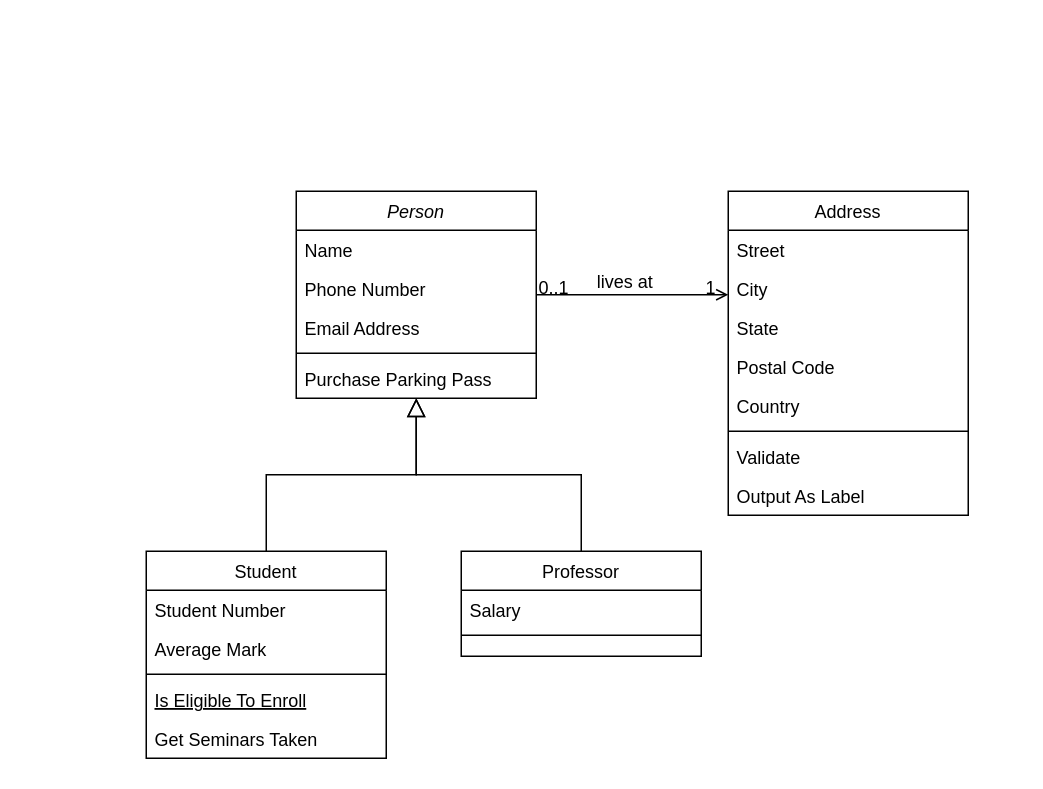
The draw.io diagram Untitled Diagram.drawio in Dabaghi-Anass/lclicka-game, before the edit. Source tidied: cells renumbered, new cells numbered last; positions are measured from the earlier drawing's top-left corner, leaving out a move shared by most shapes. Both pictures are drawn from the tidied source at 150%, with x=0, y=0 at pixel (146, 190).
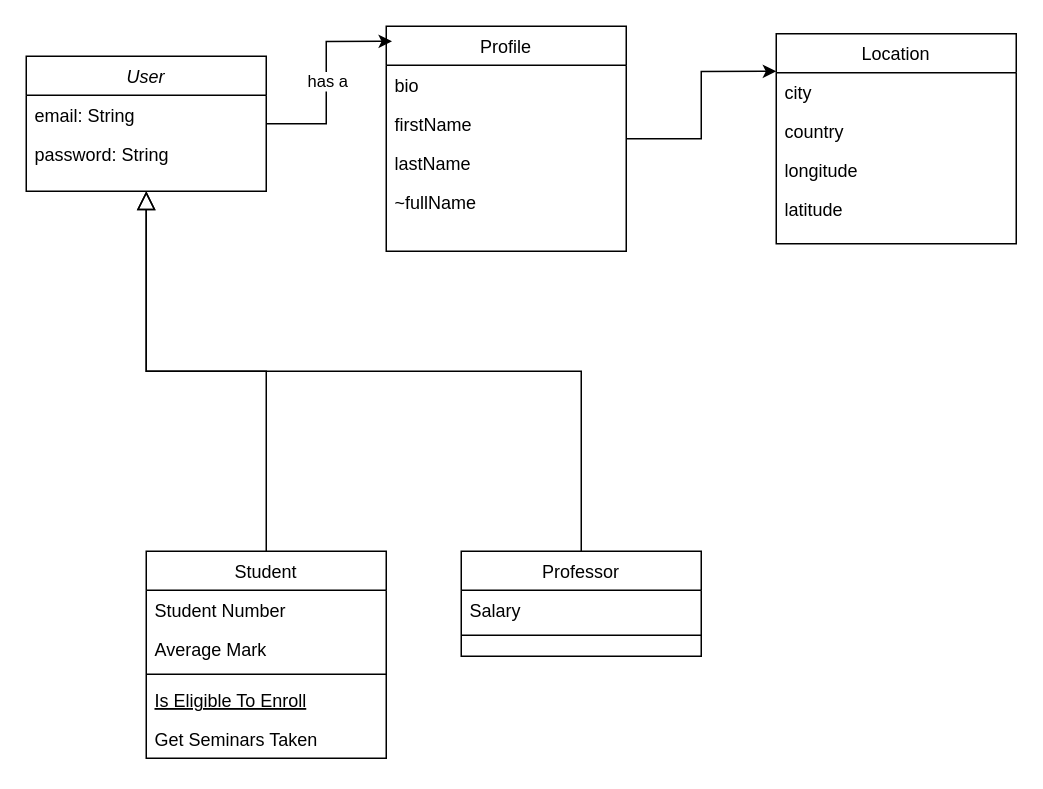
The same page after the edit.

Change to the diagram source:
```diff
@@
-    <mxCell id="2" value="Person" style="swimlane;fontStyle=2;align=center;verticalAlign=top;horizontal=1;startSize=26;rounded=0;shadow=0;strokeWidth=1;" parent="1" vertex="1">
-      <mxGeometry x="100" width="160" height="138" as="geometry" />
+    <mxCell id="2" value="User" style="swimlane;fontStyle=2;align=center;verticalAlign=top;horizontal=1;startSize=26;rounded=0;shadow=0;strokeWidth=1;" parent="1" vertex="1">
+      <mxGeometry x="-80" y="-90" width="160" height="90" as="geometry" />
     </mxCell>
-    <mxCell id="3" value="Name" style="text;align=left;verticalAlign=top;spacingLeft=4;spacingRight=4;overflow=hidden;" parent="2" vertex="1">
+    <mxCell id="3" value="email: String" style="text;align=left;verticalAlign=top;spacingLeft=4;spacingRight=4;overflow=hidden;" parent="2" vertex="1">
       <mxGeometry y="26" width="160" height="26" as="geometry" />
     </mxCell>
-    <mxCell id="4" value="Phone Number" style="text;align=left;verticalAlign=top;spacingLeft=4;spacingRight=4;overflow=hidden;rounded=0;shadow=0;html=0;" parent="2" vertex="1">
+    <mxCell id="4" value="password: String" style="text;align=left;verticalAlign=top;spacingLeft=4;spacingRight=4;overflow=hidden;rounded=0;shadow=0;html=0;" parent="2" vertex="1">
       <mxGeometry y="52" width="160" height="26" as="geometry" />
     </mxCell>
-    <mxCell id="5" value="Email Address" style="text;align=left;verticalAlign=top;spacingLeft=4;spacingRight=4;overflow=hidden;rounded=0;shadow=0;html=0;" parent="2" vertex="1">
-      <mxGeometry y="78" width="160" height="26" as="geometry" />
-    </mxCell>
-    <mxCell id="6" style="line;html=1;strokeWidth=1;align=left;verticalAlign=middle;spacingTop=-1;spacingLeft=3;spacingRight=3;labelPosition=right;" parent="2" vertex="1">
-      <mxGeometry y="104" width="160" height="8" as="geometry" />
-    </mxCell>
-    <mxCell id="7" value="Purchase Parking Pass" style="text;align=left;verticalAlign=top;spacingLeft=4;spacingRight=4;overflow=hidden;" parent="2" vertex="1">
-      <mxGeometry y="112" width="160" height="26" as="geometry" />
-    </mxCell>
@@
-    <mxCell id="19" value="Address" style="swimlane;fontStyle=0;align=center;verticalAlign=top;horizontal=1;startSize=26;rounded=0;shadow=0;strokeWidth=1;" parent="1" vertex="1">
-      <mxGeometry x="388" width="160" height="216" as="geometry" />
+    <mxCell id="19" value="Profile" style="swimlane;fontStyle=0;align=center;verticalAlign=top;horizontal=1;startSize=26;rounded=0;shadow=0;strokeWidth=1;" parent="1" vertex="1">
+      <mxGeometry x="160" y="-110" width="160" height="150" as="geometry" />
     </mxCell>
-    <mxCell id="20" value="Street" style="text;align=left;verticalAlign=top;spacingLeft=4;spacingRight=4;overflow=hidden;" parent="19" vertex="1">
+    <mxCell id="20" value="bio" style="text;align=left;verticalAlign=top;spacingLeft=4;spacingRight=4;overflow=hidden;" parent="19" vertex="1">
       <mxGeometry y="26" width="160" height="26" as="geometry" />
     </mxCell>
-    <mxCell id="21" value="City" style="text;align=left;verticalAlign=top;spacingLeft=4;spacingRight=4;overflow=hidden;rounded=0;shadow=0;html=0;" parent="19" vertex="1">
+    <mxCell id="21" value="firstName" style="text;align=left;verticalAlign=top;spacingLeft=4;spacingRight=4;overflow=hidden;rounded=0;shadow=0;html=0;" parent="19" vertex="1">
       <mxGeometry y="52" width="160" height="26" as="geometry" />
     </mxCell>
-    <mxCell id="22" value="State" style="text;align=left;verticalAlign=top;spacingLeft=4;spacingRight=4;overflow=hidden;rounded=0;shadow=0;html=0;" parent="19" vertex="1">
+    <mxCell id="22" value="lastName" style="text;align=left;verticalAlign=top;spacingLeft=4;spacingRight=4;overflow=hidden;rounded=0;shadow=0;html=0;" parent="19" vertex="1">
       <mxGeometry y="78" width="160" height="26" as="geometry" />
     </mxCell>
-    <mxCell id="23" value="Postal Code" style="text;align=left;verticalAlign=top;spacingLeft=4;spacingRight=4;overflow=hidden;rounded=0;shadow=0;html=0;" parent="19" vertex="1">
+    <mxCell id="23" value="~fullName" style="text;align=left;verticalAlign=top;spacingLeft=4;spacingRight=4;overflow=hidden;rounded=0;shadow=0;html=0;" parent="19" vertex="1">
       <mxGeometry y="104" width="160" height="26" as="geometry" />
     </mxCell>
-    <mxCell id="24" value="Country" style="text;align=left;verticalAlign=top;spacingLeft=4;spacingRight=4;overflow=hidden;rounded=0;shadow=0;html=0;" parent="19" vertex="1">
-      <mxGeometry y="130" width="160" height="26" as="geometry" />
-    </mxCell>
-    <mxCell id="25" style="line;html=1;strokeWidth=1;align=left;verticalAlign=middle;spacingTop=-1;spacingLeft=3;spacingRight=3;labelPosition=right;" parent="19" vertex="1">
-      <mxGeometry y="156" width="160" height="8" as="geometry" />
-    </mxCell>
-    <mxCell id="26" value="Validate" style="text;align=left;verticalAlign=top;spacingLeft=4;spacingRight=4;overflow=hidden;" parent="19" vertex="1">
-      <mxGeometry y="164" width="160" height="26" as="geometry" />
-    </mxCell>
-    <mxCell id="27" value="Output As Label" style="text;align=left;verticalAlign=top;spacingLeft=4;spacingRight=4;overflow=hidden;" parent="19" vertex="1">
-      <mxGeometry y="190" width="160" height="26" as="geometry" />
-    </mxCell>
-    <mxCell id="28" style="endArrow=open;shadow=0;strokeWidth=1;rounded=0;curved=0;endFill=1;edgeStyle=elbowEdgeStyle;elbow=vertical;" parent="1" edge="1" source="2" target="19">
-      <mxGeometry x="0.5" y="41" relative="1" as="geometry">
-        <mxPoint x="-40" y="32" as="offset" />
-      </mxGeometry>
+    <mxCell id="28" style="edgeStyle=orthogonalEdgeStyle;rounded=0;jettySize=auto;html=1;entryX=0.024;entryY=0.067;entryDx=0;entryDy=0;entryPerimeter=0;" parent="1" edge="1" source="2" target="19">
+      <mxGeometry relative="1" as="geometry" />
     </mxCell>
-    <mxCell id="29" value="0..1" style="align=left;verticalAlign=bottom;labelBackgroundColor=none;fontSize=12;" parent="28" vertex="1">
-      <mxGeometry x="-1" relative="1" as="geometry">
-        <mxPoint y="4" as="offset" />
-      </mxGeometry>
-    </mxCell>
-    <mxCell id="30" value="1" style="align=right;verticalAlign=bottom;labelBackgroundColor=none;fontSize=12;" parent="28" vertex="1">
-      <mxGeometry x="1" relative="1" as="geometry">
-        <mxPoint x="-7" y="4" as="offset" />
-      </mxGeometry>
-    </mxCell>
-    <mxCell id="31" value="lives at" style="text;html=1;align=center;verticalAlign=middle;labelBackgroundColor=none;rounded=0;shadow=0;strokeWidth=1;fontSize=12;" parent="28" vertex="1">
-      <mxGeometry x="0.5" y="49" relative="1" as="geometry">
-        <mxPoint x="-38" y="40" as="offset" />
-      </mxGeometry>
-    </mxCell>
+    <mxCell id="32" value="has a" style="edgeLabel;html=1;align=center;verticalAlign=middle;" parent="28" vertex="1">
+      <mxGeometry x="-0.01" relative="1" as="geometry" />
+    </mxCell>
+    <mxCell id="33" value="Location" style="swimlane;fontStyle=0;align=center;verticalAlign=top;horizontal=1;startSize=26;rounded=0;shadow=0;strokeWidth=1;" parent="1" vertex="1">
+      <mxGeometry x="420" y="-105" width="160" height="140" as="geometry" />
+    </mxCell>
+    <mxCell id="34" value="city" style="text;align=left;verticalAlign=top;spacingLeft=4;spacingRight=4;overflow=hidden;" parent="33" vertex="1">
+      <mxGeometry y="26" width="160" height="26" as="geometry" />
+    </mxCell>
+    <mxCell id="35" value="country" style="text;align=left;verticalAlign=top;spacingLeft=4;spacingRight=4;overflow=hidden;" parent="33" vertex="1">
+      <mxGeometry y="52" width="160" height="26" as="geometry" />
+    </mxCell>
+    <mxCell id="36" value="longitude" style="text;align=left;verticalAlign=top;spacingLeft=4;spacingRight=4;overflow=hidden;" parent="33" vertex="1">
+      <mxGeometry y="78" width="160" height="26" as="geometry" />
+    </mxCell>
+    <mxCell id="37" value="latitude" style="text;align=left;verticalAlign=top;spacingLeft=4;spacingRight=4;overflow=hidden;" parent="33" vertex="1">
+      <mxGeometry y="104" width="160" height="26" as="geometry" />
+    </mxCell>
+    <mxCell id="38" style="edgeStyle=orthogonalEdgeStyle;rounded=0;jettySize=auto;html=1;entryX=0;entryY=0.179;entryDx=0;entryDy=0;entryPerimeter=0;" parent="1" edge="1" source="19" target="33">
+      <mxGeometry relative="1" as="geometry" />
+    </mxCell>
```
